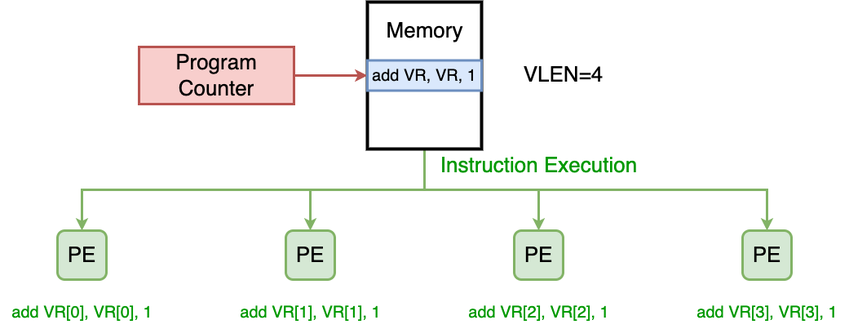
Before: CS/计算机体系结构/SIMD.drawio.png, a diagram exported from draw.io (superwjfeng/MarkdownWriting). Source tidied: cells renumbered, new cells last; positions are measured from the earlier drawing's top-left corner, leaving out a move shared by most shapes.
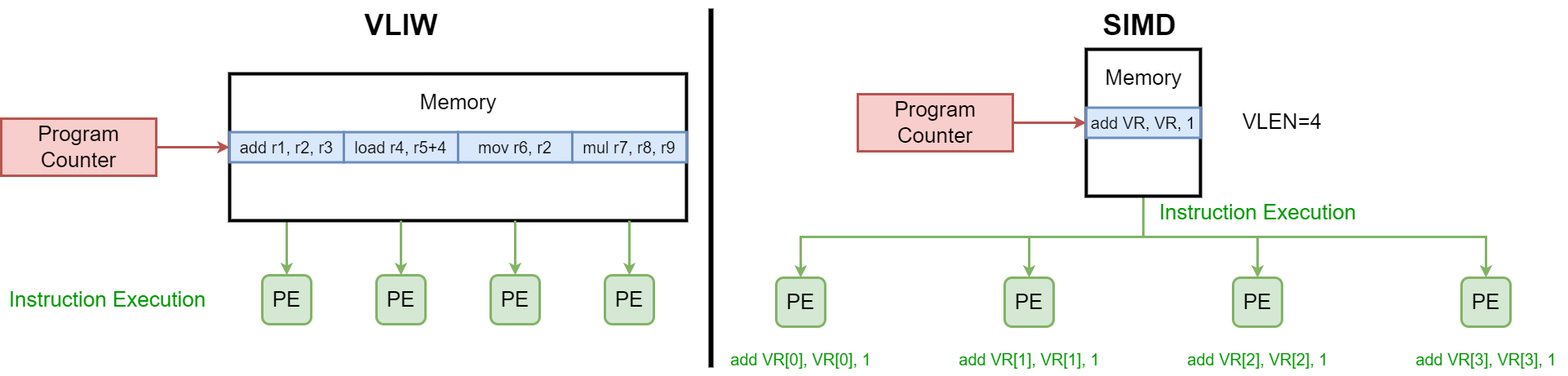
The same diagram one commit later.

What changed in the source:
```diff
@@ -2,68 +2,142 @@
   <root>
     <mxCell id="0" />
     <mxCell id="1" parent="0" />
-    <mxCell id="2" style="edgeStyle=orthogonalEdgeStyle;rounded=0;jettySize=auto;html=1;fillColor=#d5e8d4;strokeColor=#82b366;strokeWidth=3;" parent="1" edge="1" source="6" target="11">
-      <mxGeometry relative="1" as="geometry">
-        <Array as="points">
-          <mxPoint x="520" y="230" />
-          <mxPoint x="100" y="230" />
-        </Array>
-      </mxGeometry>
-    </mxCell>
-    <mxCell id="3" style="edgeStyle=orthogonalEdgeStyle;rounded=0;jettySize=auto;html=1;entryX=0.5;entryY=0;entryDx=0;entryDy=0;fillColor=#d5e8d4;strokeColor=#82b366;strokeWidth=3;" parent="1" edge="1" source="6" target="12">
-      <mxGeometry relative="1" as="geometry">
-        <Array as="points">
-          <mxPoint x="520" y="230" />
-          <mxPoint x="380" y="230" />
-        </Array>
-      </mxGeometry>
-    </mxCell>
-    <mxCell id="4" style="edgeStyle=orthogonalEdgeStyle;rounded=0;jettySize=auto;html=1;entryX=0.5;entryY=0;entryDx=0;entryDy=0;fillColor=#d5e8d4;strokeColor=#82b366;strokeWidth=3;" parent="1" edge="1" source="6" target="13">
-      <mxGeometry relative="1" as="geometry">
-        <Array as="points">
-          <mxPoint x="520" y="230" />
-          <mxPoint x="660" y="230" />
-        </Array>
-      </mxGeometry>
-    </mxCell>
-    <mxCell id="5" style="edgeStyle=orthogonalEdgeStyle;rounded=0;jettySize=auto;html=1;entryX=0.5;entryY=0;entryDx=0;entryDy=0;fillColor=#d5e8d4;strokeColor=#82b366;strokeWidth=3;" parent="1" edge="1" source="6" target="14">
-      <mxGeometry relative="1" as="geometry">
-        <Array as="points">
-          <mxPoint x="520" y="230" />
-          <mxPoint x="940" y="230" />
-        </Array>
-      </mxGeometry>
-    </mxCell>
-    <mxCell id="6" style="rounded=0;whiteSpace=wrap;html=1;strokeWidth=4;" parent="1" vertex="1">
-      <mxGeometry x="450" width="140" height="180" as="geometry" />
-    </mxCell>
-    <mxCell id="7" value="&lt;font style=&quot;font-size: 26px;&quot;&gt;Memory&lt;/font&gt;" style="text;html=1;align=center;verticalAlign=middle;strokeColor=none;fillColor=none;" parent="1" vertex="1">
-      <mxGeometry x="460" y="15" width="120" height="40" as="geometry" />
-    </mxCell>
-    <mxCell id="8" style="edgeStyle=orthogonalEdgeStyle;rounded=0;jettySize=auto;html=1;strokeWidth=3;fillColor=#f8cecc;strokeColor=#b85450;" parent="1" edge="1" source="9" target="6">
-      <mxGeometry relative="1" as="geometry" />
-    </mxCell>
-    <mxCell id="9" value="&lt;font style=&quot;font-size: 26px;&quot;&gt;Program Counter&lt;/font&gt;" style="rounded=0;whiteSpace=wrap;html=1;fillColor=#f8cecc;strokeColor=#b85450;strokeWidth=3;" parent="1" vertex="1">
-      <mxGeometry x="170" y="55" width="190" height="70" as="geometry" />
-    </mxCell>
+    <mxCell id="21" style="edgeStyle=orthogonalEdgeStyle;rounded=0;jettySize=auto;html=1;entryX=0.5;entryY=0;entryDx=0;entryDy=0;strokeWidth=3;fillColor=#d5e8d4;strokeColor=#82b366;" parent="1" edge="1" source="22" target="30">
+      <mxGeometry relative="1" as="geometry">
+        <Array as="points">
+          <mxPoint x="-530" y="217" />
+          <mxPoint x="-530" y="217" />
+        </Array>
+      </mxGeometry>
+    </mxCell>
+    <mxCell id="22" style="rounded=0;whiteSpace=wrap;html=1;strokeWidth=4;" parent="1" vertex="1">
+      <mxGeometry x="-600" y="30" width="560" height="180" as="geometry" />
+    </mxCell>
+    <mxCell id="23" value="&lt;font style=&quot;font-size: 26px;&quot;&gt;Memory&lt;/font&gt;" style="text;html=1;align=center;verticalAlign=middle;strokeColor=none;fillColor=none;" parent="1" vertex="1">
+      <mxGeometry x="-380" y="45" width="120" height="40" as="geometry" />
+    </mxCell>
+    <mxCell id="24" style="edgeStyle=orthogonalEdgeStyle;rounded=0;jettySize=auto;html=1;strokeWidth=3;fillColor=#f8cecc;strokeColor=#b85450;" parent="1" edge="1" source="25" target="22">
+      <mxGeometry relative="1" as="geometry" />
+    </mxCell>
+    <mxCell id="25" value="&lt;font style=&quot;font-size: 26px;&quot;&gt;Program Counter&lt;/font&gt;" style="rounded=0;whiteSpace=wrap;html=1;fillColor=#f8cecc;strokeColor=#b85450;strokeWidth=3;" parent="1" vertex="1">
+      <mxGeometry x="-880" y="85" width="190" height="70" as="geometry" />
+    </mxCell>
+    <mxCell id="26" value="&lt;font style=&quot;font-size: 20px;&quot;&gt;add r1, r2, r3&lt;/font&gt;" style="rounded=0;whiteSpace=wrap;html=1;strokeWidth=3;fillColor=#dae8fc;strokeColor=#6c8ebf;" parent="1" vertex="1">
+      <mxGeometry x="-600" y="101.5" width="140" height="37" as="geometry" />
+    </mxCell>
+    <mxCell id="27" value="&lt;font style=&quot;font-size: 20px;&quot;&gt;load r4, r5+4&lt;/font&gt;" style="rounded=0;whiteSpace=wrap;html=1;strokeWidth=3;fillColor=#dae8fc;strokeColor=#6c8ebf;" parent="1" vertex="1">
+      <mxGeometry x="-460" y="101.5" width="140" height="37" as="geometry" />
+    </mxCell>
+    <mxCell id="28" value="&lt;font style=&quot;font-size: 20px;&quot;&gt;mov r6, r2&lt;/font&gt;" style="rounded=0;whiteSpace=wrap;html=1;strokeWidth=3;fillColor=#dae8fc;strokeColor=#6c8ebf;" parent="1" vertex="1">
+      <mxGeometry x="-320" y="101.5" width="140" height="37" as="geometry" />
+    </mxCell>
+    <mxCell id="29" value="&lt;font style=&quot;font-size: 20px;&quot;&gt;mul r7, r8, r9&lt;/font&gt;" style="rounded=0;whiteSpace=wrap;html=1;strokeWidth=3;fillColor=#dae8fc;strokeColor=#6c8ebf;" parent="1" vertex="1">
+      <mxGeometry x="-180" y="101.5" width="140" height="37" as="geometry" />
+    </mxCell>
+    <mxCell id="30" value="&lt;font style=&quot;font-size: 26px;&quot;&gt;PE&lt;/font&gt;" style="rounded=1;whiteSpace=wrap;html=1;fillColor=#d5e8d4;strokeColor=#82b366;strokeWidth=3;" parent="1" vertex="1">
+      <mxGeometry x="-560" y="277" width="60" height="60" as="geometry" />
+    </mxCell>
+    <mxCell id="31" style="edgeStyle=orthogonalEdgeStyle;rounded=0;jettySize=auto;html=1;entryX=0.5;entryY=0;entryDx=0;entryDy=0;strokeWidth=3;fillColor=#d5e8d4;strokeColor=#82b366;" parent="1" edge="1" target="32">
+      <mxGeometry relative="1" as="geometry">
+        <mxPoint x="-390" y="210" as="sourcePoint" />
+        <Array as="points">
+          <mxPoint x="-390" y="217" />
+          <mxPoint x="-390" y="217" />
+        </Array>
+      </mxGeometry>
+    </mxCell>
+    <mxCell id="32" value="&lt;font style=&quot;font-size: 26px;&quot;&gt;PE&lt;/font&gt;" style="rounded=1;whiteSpace=wrap;html=1;fillColor=#d5e8d4;strokeColor=#82b366;strokeWidth=3;" parent="1" vertex="1">
+      <mxGeometry x="-420" y="277" width="60" height="60" as="geometry" />
+    </mxCell>
+    <mxCell id="33" style="edgeStyle=orthogonalEdgeStyle;rounded=0;jettySize=auto;html=1;entryX=0.5;entryY=0;entryDx=0;entryDy=0;strokeWidth=3;fillColor=#d5e8d4;strokeColor=#82b366;" parent="1" edge="1" target="34">
+      <mxGeometry relative="1" as="geometry">
+        <mxPoint x="-250" y="210" as="sourcePoint" />
+        <Array as="points">
+          <mxPoint x="-250" y="217" />
+          <mxPoint x="-250" y="217" />
+        </Array>
+      </mxGeometry>
+    </mxCell>
+    <mxCell id="34" value="&lt;font style=&quot;font-size: 26px;&quot;&gt;PE&lt;/font&gt;" style="rounded=1;whiteSpace=wrap;html=1;fillColor=#d5e8d4;strokeColor=#82b366;strokeWidth=3;" parent="1" vertex="1">
+      <mxGeometry x="-280" y="277" width="60" height="60" as="geometry" />
+    </mxCell>
+    <mxCell id="35" style="edgeStyle=orthogonalEdgeStyle;rounded=0;jettySize=auto;html=1;entryX=0.5;entryY=0;entryDx=0;entryDy=0;strokeWidth=3;fillColor=#d5e8d4;strokeColor=#82b366;" parent="1" edge="1" target="36">
+      <mxGeometry relative="1" as="geometry">
+        <mxPoint x="-110" y="210" as="sourcePoint" />
+        <Array as="points">
+          <mxPoint x="-110" y="217" />
+          <mxPoint x="-110" y="217" />
+        </Array>
+      </mxGeometry>
+    </mxCell>
+    <mxCell id="36" value="&lt;font style=&quot;font-size: 26px;&quot;&gt;PE&lt;/font&gt;" style="rounded=1;whiteSpace=wrap;html=1;fillColor=#d5e8d4;strokeColor=#82b366;strokeWidth=3;" parent="1" vertex="1">
+      <mxGeometry x="-140" y="277" width="60" height="60" as="geometry" />
+    </mxCell>
+    <mxCell id="37" value="&lt;font color=&quot;#009900&quot; style=&quot;font-size: 26px;&quot;&gt;Instruction Execution&lt;/font&gt;" style="text;html=1;align=center;verticalAlign=middle;strokeColor=none;fillColor=none;" parent="1" vertex="1">
+      <mxGeometry x="-880" y="287" width="260" height="40" as="geometry" />
+    </mxCell>
+    <mxCell id="38" style="edgeStyle=orthogonalEdgeStyle;rounded=0;jettySize=auto;html=1;fillColor=#d5e8d4;strokeColor=#82b366;strokeWidth=3;" parent="1" edge="1" source="42" target="46">
+      <mxGeometry relative="1" as="geometry">
+        <Array as="points">
+          <mxPoint x="520" y="230" />
+          <mxPoint x="100" y="230" />
+        </Array>
+      </mxGeometry>
+    </mxCell>
+    <mxCell id="39" style="edgeStyle=orthogonalEdgeStyle;rounded=0;jettySize=auto;html=1;entryX=0.5;entryY=0;entryDx=0;entryDy=0;fillColor=#d5e8d4;strokeColor=#82b366;strokeWidth=3;" parent="1" edge="1" source="42" target="47">
+      <mxGeometry relative="1" as="geometry">
+        <Array as="points">
+          <mxPoint x="520" y="230" />
+          <mxPoint x="380" y="230" />
+        </Array>
+      </mxGeometry>
+    </mxCell>
+    <mxCell id="40" style="edgeStyle=orthogonalEdgeStyle;rounded=0;jettySize=auto;html=1;entryX=0.5;entryY=0;entryDx=0;entryDy=0;fillColor=#d5e8d4;strokeColor=#82b366;strokeWidth=3;" parent="1" edge="1" source="42" target="48">
+      <mxGeometry relative="1" as="geometry">
+        <Array as="points">
+          <mxPoint x="520" y="230" />
+          <mxPoint x="660" y="230" />
+        </Array>
+      </mxGeometry>
+    </mxCell>
+    <mxCell id="41" style="edgeStyle=orthogonalEdgeStyle;rounded=0;jettySize=auto;html=1;entryX=0.5;entryY=0;entryDx=0;entryDy=0;fillColor=#d5e8d4;strokeColor=#82b366;strokeWidth=3;" parent="1" edge="1" source="42" target="49">
+      <mxGeometry relative="1" as="geometry">
+        <Array as="points">
+          <mxPoint x="520" y="230" />
+          <mxPoint x="940" y="230" />
+        </Array>
+      </mxGeometry>
+    </mxCell>
+    <mxCell id="42" style="rounded=0;whiteSpace=wrap;html=1;strokeWidth=4;" parent="1" vertex="1">
+      <mxGeometry x="450" width="140" height="180" as="geometry" />
+    </mxCell>
+    <mxCell id="43" value="&lt;font style=&quot;font-size: 26px;&quot;&gt;Memory&lt;/font&gt;" style="text;html=1;align=center;verticalAlign=middle;strokeColor=none;fillColor=none;" parent="1" vertex="1">
+      <mxGeometry x="460" y="15" width="120" height="40" as="geometry" />
+    </mxCell>
+    <mxCell id="44" style="edgeStyle=orthogonalEdgeStyle;rounded=0;jettySize=auto;html=1;strokeWidth=3;fillColor=#f8cecc;strokeColor=#b85450;" parent="1" edge="1" source="45" target="42">
+      <mxGeometry relative="1" as="geometry" />
+    </mxCell>
+    <mxCell id="45" value="&lt;font style=&quot;font-size: 26px;&quot;&gt;Program Counter&lt;/font&gt;" style="rounded=0;whiteSpace=wrap;html=1;fillColor=#f8cecc;strokeColor=#b85450;strokeWidth=3;" parent="1" vertex="1">
+      <mxGeometry x="170" y="55" width="190" height="70" as="geometry" />
+    </mxCell>
     <mxCell id="10" value="&lt;font style=&quot;font-size: 20px;&quot;&gt;add VR, VR, 1&lt;/font&gt;" style="rounded=0;whiteSpace=wrap;html=1;strokeWidth=3;fillColor=#dae8fc;strokeColor=#6c8ebf;" parent="1" vertex="1">
       <mxGeometry x="450" y="71.5" width="140" height="37" as="geometry" />
     </mxCell>
-    <mxCell id="11" value="&lt;font style=&quot;font-size: 26px;&quot;&gt;PE&lt;/font&gt;" style="rounded=1;whiteSpace=wrap;html=1;fillColor=#d5e8d4;strokeColor=#82b366;strokeWidth=3;" parent="1" vertex="1">
-      <mxGeometry x="70" y="280" width="60" height="60" as="geometry" />
-    </mxCell>
-    <mxCell id="12" value="&lt;font style=&quot;font-size: 26px;&quot;&gt;PE&lt;/font&gt;" style="rounded=1;whiteSpace=wrap;html=1;fillColor=#d5e8d4;strokeColor=#82b366;strokeWidth=3;" parent="1" vertex="1">
-      <mxGeometry x="350" y="280" width="60" height="60" as="geometry" />
-    </mxCell>
-    <mxCell id="13" value="&lt;font style=&quot;font-size: 26px;&quot;&gt;PE&lt;/font&gt;" style="rounded=1;whiteSpace=wrap;html=1;fillColor=#d5e8d4;strokeColor=#82b366;strokeWidth=3;" parent="1" vertex="1">
-      <mxGeometry x="630" y="280" width="60" height="60" as="geometry" />
-    </mxCell>
-    <mxCell id="14" value="&lt;font style=&quot;font-size: 26px;&quot;&gt;PE&lt;/font&gt;" style="rounded=1;whiteSpace=wrap;html=1;fillColor=#d5e8d4;strokeColor=#82b366;strokeWidth=3;" parent="1" vertex="1">
-      <mxGeometry x="910" y="280" width="60" height="60" as="geometry" />
-    </mxCell>
-    <mxCell id="15" value="&lt;font color=&quot;#009900&quot; style=&quot;font-size: 26px;&quot;&gt;Instruction Execution&lt;/font&gt;" style="text;html=1;align=center;verticalAlign=middle;strokeColor=none;fillColor=none;" parent="1" vertex="1">
-      <mxGeometry x="530" y="180" width="260" height="40" as="geometry" />
-    </mxCell>
+    <mxCell id="46" value="&lt;font style=&quot;font-size: 26px;&quot;&gt;PE&lt;/font&gt;" style="rounded=1;whiteSpace=wrap;html=1;fillColor=#d5e8d4;strokeColor=#82b366;strokeWidth=3;" parent="1" vertex="1">
+      <mxGeometry x="70" y="280" width="60" height="60" as="geometry" />
+    </mxCell>
+    <mxCell id="47" value="&lt;font style=&quot;font-size: 26px;&quot;&gt;PE&lt;/font&gt;" style="rounded=1;whiteSpace=wrap;html=1;fillColor=#d5e8d4;strokeColor=#82b366;strokeWidth=3;" parent="1" vertex="1">
+      <mxGeometry x="350" y="280" width="60" height="60" as="geometry" />
+    </mxCell>
+    <mxCell id="48" value="&lt;font style=&quot;font-size: 26px;&quot;&gt;PE&lt;/font&gt;" style="rounded=1;whiteSpace=wrap;html=1;fillColor=#d5e8d4;strokeColor=#82b366;strokeWidth=3;" parent="1" vertex="1">
+      <mxGeometry x="630" y="280" width="60" height="60" as="geometry" />
+    </mxCell>
+    <mxCell id="49" value="&lt;font style=&quot;font-size: 26px;&quot;&gt;PE&lt;/font&gt;" style="rounded=1;whiteSpace=wrap;html=1;fillColor=#d5e8d4;strokeColor=#82b366;strokeWidth=3;" parent="1" vertex="1">
+      <mxGeometry x="910" y="280" width="60" height="60" as="geometry" />
+    </mxCell>
+    <mxCell id="50" value="&lt;font color=&quot;#009900&quot; style=&quot;font-size: 26px;&quot;&gt;Instruction Execution&lt;/font&gt;" style="text;html=1;align=center;verticalAlign=middle;strokeColor=none;fillColor=none;" parent="1" vertex="1">
+      <mxGeometry x="530" y="180" width="260" height="40" as="geometry" />
+    </mxCell>
     <mxCell id="16" value="&lt;font style=&quot;font-size: 26px;&quot;&gt;VLEN=4&lt;/font&gt;" style="text;html=1;align=center;verticalAlign=middle;strokeColor=none;fillColor=none;" parent="1" vertex="1">
       <mxGeometry x="630" y="68.5" width="120" height="40" as="geometry" />
     </mxCell>
@@ -79,5 +153,17 @@
     <mxCell id="20" value="&lt;font color=&quot;#009900&quot; style=&quot;font-size: 20px;&quot;&gt;add VR[3], VR[3], 1&lt;/font&gt;" style="text;html=1;align=center;verticalAlign=middle;strokeColor=none;fillColor=none;" parent="1" vertex="1">
       <mxGeometry x="840" y="360" width="200" height="40" as="geometry" />
     </mxCell>
+    <mxCell id="51" style="endArrow=none;html=1;rounded=0;strokeWidth=6;" parent="1" edge="1">
+      <mxGeometry relative="1" as="geometry">
+        <mxPoint x="-10" y="390" as="sourcePoint" />
+        <mxPoint x="-10" y="-50" as="targetPoint" />
+      </mxGeometry>
+    </mxCell>
+    <mxCell id="52" value="&lt;font style=&quot;font-size: 36px;&quot;&gt;&lt;b&gt;VLIW&lt;/b&gt;&lt;/font&gt;" style="text;html=1;align=center;verticalAlign=middle;strokeColor=none;fillColor=none;" parent="1" vertex="1">
+      <mxGeometry x="-445" y="-60" width="110" height="60" as="geometry" />
+    </mxCell>
+    <mxCell id="53" value="&lt;span style=&quot;font-size: 36px;&quot;&gt;&lt;b&gt;SIMD&lt;/b&gt;&lt;/span&gt;" style="text;html=1;align=center;verticalAlign=middle;strokeColor=none;fillColor=none;" parent="1" vertex="1">
+      <mxGeometry x="460" y="-60" width="110" height="60" as="geometry" />
+    </mxCell>
   </root>
 </mxGraphModel>
```
